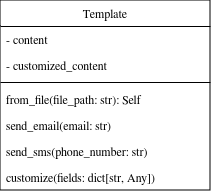
Above: docs/assets/NotificationSystemClassDiagram.png in SYSC3010-W24/sysc3010-project-l1-g8 (draw.io), before the change. Source tidied: cells renumbered, new cells last; positions are measured from the earlier drawing's top-left corner, leaving out a move shared by most shapes. Its diagram source:
```xml
<mxGraphModel>
  <root>
    <mxCell id="0" />
    <mxCell id="1" parent="0" />
    <mxCell id="2" value="Template" style="swimlane;fontStyle=0;align=center;verticalAlign=top;horizontal=1;startSize=26;rounded=0;shadow=0;strokeWidth=1;" parent="1" vertex="1">
      <mxGeometry width="210" height="190" as="geometry" />
    </mxCell>
    <mxCell id="3" value="- content" style="text;align=left;verticalAlign=top;spacingLeft=4;spacingRight=4;overflow=hidden;" parent="2" vertex="1">
      <mxGeometry y="26" width="210" height="26" as="geometry" />
    </mxCell>
    <mxCell id="4" value="- customized_content" style="text;align=left;verticalAlign=top;spacingLeft=4;spacingRight=4;overflow=hidden;" parent="2" vertex="1">
      <mxGeometry y="52" width="210" height="26" as="geometry" />
    </mxCell>
    <mxCell id="5" style="line;html=1;strokeWidth=1;align=left;verticalAlign=middle;spacingTop=-1;spacingLeft=3;spacingRight=3;labelPosition=right;" parent="2" vertex="1">
      <mxGeometry y="78" width="210" height="8" as="geometry" />
    </mxCell>
    <mxCell id="6" value="from_file(file_path: str): Self" style="text;align=left;verticalAlign=top;spacingLeft=4;spacingRight=4;overflow=hidden;" parent="2" vertex="1">
      <mxGeometry y="86" width="210" height="26" as="geometry" />
    </mxCell>
    <mxCell id="7" value="send_email(email: str)" style="text;align=left;verticalAlign=top;spacingLeft=4;spacingRight=4;overflow=hidden;" parent="2" vertex="1">
      <mxGeometry y="112" width="210" height="26" as="geometry" />
    </mxCell>
    <mxCell id="8" value="send_sms(phone_number: str)" style="text;align=left;verticalAlign=top;spacingLeft=4;spacingRight=4;overflow=hidden;" parent="2" vertex="1">
      <mxGeometry y="138" width="210" height="26" as="geometry" />
    </mxCell>
    <mxCell id="9" value="customize(fields: dict[str, Any])" style="text;align=left;verticalAlign=top;spacingLeft=4;spacingRight=4;overflow=hidden;" parent="2" vertex="1">
      <mxGeometry y="164" width="210" height="26" as="geometry" />
    </mxCell>
  </root>
</mxGraphModel>
```
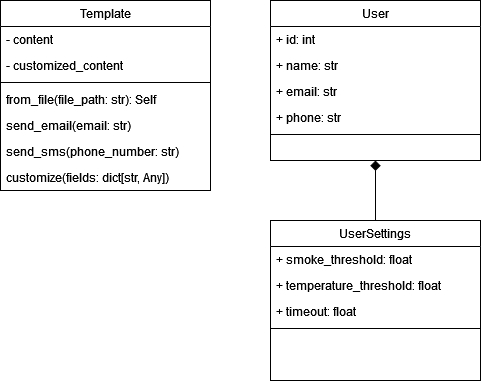
The same diagram one commit later.

Commit message:
docs: added a state machine diagram for the notification system and updated the class diagram.

Diff of the diagram source:
```diff
@@ -2,29 +2,65 @@
   <root>
     <mxCell id="0" />
     <mxCell id="1" parent="0" />
-    <mxCell id="2" value="Template" style="swimlane;fontStyle=0;align=center;verticalAlign=top;horizontal=1;startSize=26;rounded=0;shadow=0;strokeWidth=1;" parent="1" vertex="1">
-      <mxGeometry width="210" height="190" as="geometry" />
+    <mxCell id="2" value="User" style="swimlane;fontStyle=0;align=center;verticalAlign=top;horizontal=1;startSize=26;rounded=0;shadow=0;strokeWidth=1;" parent="1" vertex="1">
+      <mxGeometry width="210" height="160" as="geometry" />
     </mxCell>
-    <mxCell id="3" value="- content" style="text;align=left;verticalAlign=top;spacingLeft=4;spacingRight=4;overflow=hidden;" parent="2" vertex="1">
+    <mxCell id="3" value="+ id: int" style="text;align=left;verticalAlign=top;spacingLeft=4;spacingRight=4;overflow=hidden;" parent="2" vertex="1">
       <mxGeometry y="26" width="210" height="26" as="geometry" />
     </mxCell>
+    <mxCell id="10" value="+ name: str" style="text;align=left;verticalAlign=top;spacingLeft=4;spacingRight=4;overflow=hidden;" parent="2" vertex="1">
+      <mxGeometry y="52" width="210" height="26" as="geometry" />
+    </mxCell>
+    <mxCell id="11" value="+ email: str" style="text;align=left;verticalAlign=top;spacingLeft=4;spacingRight=4;overflow=hidden;" parent="2" vertex="1">
+      <mxGeometry y="78" width="210" height="26" as="geometry" />
+    </mxCell>
-    <mxCell id="4" value="- customized_content" style="text;align=left;verticalAlign=top;spacingLeft=4;spacingRight=4;overflow=hidden;" parent="2" vertex="1">
-      <mxGeometry y="52" width="210" height="26" as="geometry" />
+    <mxCell id="4" value="+ phone: str" style="text;align=left;verticalAlign=top;spacingLeft=4;spacingRight=4;overflow=hidden;" parent="2" vertex="1">
+      <mxGeometry y="104" width="210" height="26" as="geometry" />
     </mxCell>
     <mxCell id="5" style="line;html=1;strokeWidth=1;align=left;verticalAlign=middle;spacingTop=-1;spacingLeft=3;spacingRight=3;labelPosition=right;" parent="2" vertex="1">
-      <mxGeometry y="78" width="210" height="8" as="geometry" />
+      <mxGeometry y="130" width="210" height="8" as="geometry" />
     </mxCell>
+    <mxCell id="12" value="Template" style="swimlane;fontStyle=0;align=center;verticalAlign=top;horizontal=1;startSize=26;rounded=0;shadow=0;strokeWidth=1;" parent="1" vertex="1">
+      <mxGeometry x="-270" width="210" height="190" as="geometry" />
+    </mxCell>
+    <mxCell id="13" value="- content" style="text;align=left;verticalAlign=top;spacingLeft=4;spacingRight=4;overflow=hidden;" parent="12" vertex="1">
+      <mxGeometry y="26" width="210" height="26" as="geometry" />
+    </mxCell>
+    <mxCell id="14" value="- customized_content" style="text;align=left;verticalAlign=top;spacingLeft=4;spacingRight=4;overflow=hidden;" parent="12" vertex="1">
+      <mxGeometry y="52" width="210" height="26" as="geometry" />
+    </mxCell>
+    <mxCell id="15" style="line;html=1;strokeWidth=1;align=left;verticalAlign=middle;spacingTop=-1;spacingLeft=3;spacingRight=3;labelPosition=right;" parent="12" vertex="1">
+      <mxGeometry y="78" width="210" height="8" as="geometry" />
+    </mxCell>
-    <mxCell id="6" value="from_file(file_path: str): Self" style="text;align=left;verticalAlign=top;spacingLeft=4;spacingRight=4;overflow=hidden;" parent="2" vertex="1">
+    <mxCell id="6" value="from_file(file_path: str): Self" style="text;align=left;verticalAlign=top;spacingLeft=4;spacingRight=4;overflow=hidden;" parent="12" vertex="1">
       <mxGeometry y="86" width="210" height="26" as="geometry" />
     </mxCell>
-    <mxCell id="7" value="send_email(email: str)" style="text;align=left;verticalAlign=top;spacingLeft=4;spacingRight=4;overflow=hidden;" parent="2" vertex="1">
+    <mxCell id="7" value="send_email(email: str)" style="text;align=left;verticalAlign=top;spacingLeft=4;spacingRight=4;overflow=hidden;" parent="12" vertex="1">
       <mxGeometry y="112" width="210" height="26" as="geometry" />
     </mxCell>
-    <mxCell id="8" value="send_sms(phone_number: str)" style="text;align=left;verticalAlign=top;spacingLeft=4;spacingRight=4;overflow=hidden;" parent="2" vertex="1">
+    <mxCell id="8" value="send_sms(phone_number: str)" style="text;align=left;verticalAlign=top;spacingLeft=4;spacingRight=4;overflow=hidden;" parent="12" vertex="1">
       <mxGeometry y="138" width="210" height="26" as="geometry" />
     </mxCell>
-    <mxCell id="9" value="customize(fields: dict[str, Any])" style="text;align=left;verticalAlign=top;spacingLeft=4;spacingRight=4;overflow=hidden;" parent="2" vertex="1">
+    <mxCell id="9" value="customize(fields: dict[str, Any])" style="text;align=left;verticalAlign=top;spacingLeft=4;spacingRight=4;overflow=hidden;" parent="12" vertex="1">
       <mxGeometry y="164" width="210" height="26" as="geometry" />
     </mxCell>
+    <mxCell id="16" style="edgeStyle=none;curved=1;rounded=0;jettySize=auto;html=1;exitX=0.5;exitY=0;exitDx=0;exitDy=0;entryX=0.5;entryY=1;entryDx=0;entryDy=0;fontSize=12;startSize=8;endSize=8;endArrow=diamond;endFill=1;" parent="1" edge="1" source="17" target="2">
+      <mxGeometry relative="1" as="geometry" />
+    </mxCell>
+    <mxCell id="17" value="UserSettings" style="swimlane;fontStyle=0;align=center;verticalAlign=top;horizontal=1;startSize=26;rounded=0;shadow=0;strokeWidth=1;" parent="1" vertex="1">
+      <mxGeometry y="220" width="210" height="160" as="geometry" />
+    </mxCell>
+    <mxCell id="18" value="+ smoke_threshold: float" style="text;align=left;verticalAlign=top;spacingLeft=4;spacingRight=4;overflow=hidden;" parent="17" vertex="1">
+      <mxGeometry y="26" width="210" height="26" as="geometry" />
+    </mxCell>
+    <mxCell id="19" value="+ temperature_threshold: float" style="text;align=left;verticalAlign=top;spacingLeft=4;spacingRight=4;overflow=hidden;" parent="17" vertex="1">
+      <mxGeometry y="52" width="210" height="26" as="geometry" />
+    </mxCell>
+    <mxCell id="20" value="+ timeout: float" style="text;align=left;verticalAlign=top;spacingLeft=4;spacingRight=4;overflow=hidden;" parent="17" vertex="1">
+      <mxGeometry y="78" width="210" height="26" as="geometry" />
+    </mxCell>
+    <mxCell id="21" style="line;html=1;strokeWidth=1;align=left;verticalAlign=middle;spacingTop=-1;spacingLeft=3;spacingRight=3;labelPosition=right;" parent="17" vertex="1">
+      <mxGeometry y="104" width="210" height="8" as="geometry" />
+    </mxCell>
   </root>
 </mxGraphModel>
```
